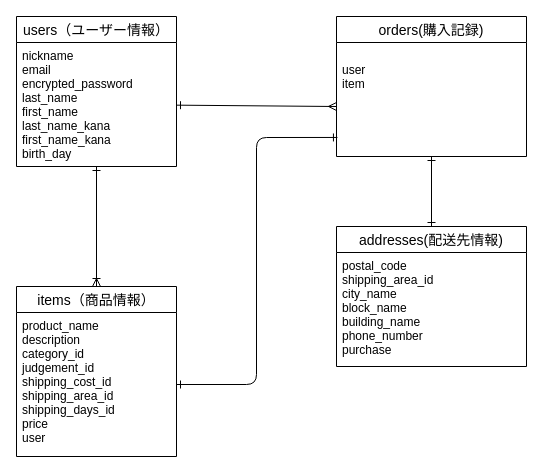
Above: furimaDB.dio in Taketai/furima-35685 (draw.io), before the change. Source tidied: cells renumbered, new cells numbered last; positions are measured from the earlier drawing's top-left corner, leaving out a move shared by most shapes. Both pictures are drawn from the tidied source at 100%, with x=0, y=0 at pixel (16, 16).
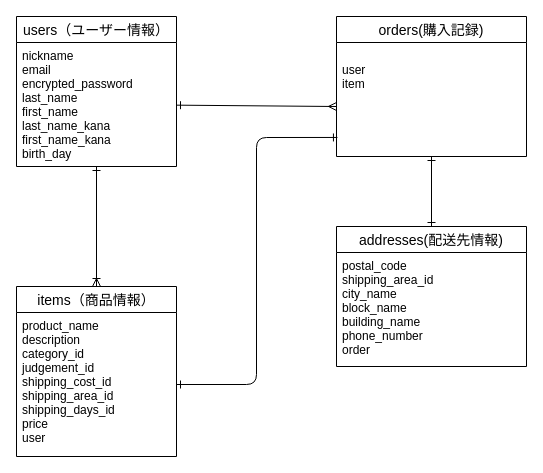
The same page after the edit.

Change to the diagram source:
```diff
@@
 <mxGraphModel>
   <root>
     <mxCell id="0" />
     <mxCell id="1" parent="0" />
     <mxCell id="2" value="users（ユーザー情報）" style="swimlane;fontStyle=0;horizontal=1;startSize=26;align=center;fontSize=14;" parent="1" vertex="1">
       <mxGeometry width="160" height="150" as="geometry" />
     </mxCell>
     <mxCell id="3" value="nickname&#10;email&#10;encrypted_password&#10;last_name&#10;first_name&#10;last_name_kana&#10;first_name_kana&#10;birth_day&#10;" style="text;strokeColor=none;fillColor=none;spacingLeft=4;spacingRight=4;overflow=hidden;points=[[0,0.5],[1,0.5]];portConstraint=eastwest;fontSize=12;" parent="2" vertex="1">
       <mxGeometry y="26" width="160" height="124" as="geometry" />
     </mxCell>
     <mxCell id="4" value="orders(購入記録)" style="swimlane;fontStyle=0;horizontal=1;startSize=26;align=center;fontSize=14;" parent="1" vertex="1">
       <mxGeometry x="320" width="190" height="140" as="geometry" />
     </mxCell>
     <mxCell id="5" value="&#10;user&#10;item" style="text;strokeColor=none;fillColor=none;spacingLeft=4;spacingRight=4;overflow=hidden;points=[[0,0.5],[1,0.5]];portConstraint=eastwest;fontSize=12;" parent="4" vertex="1">
       <mxGeometry y="26" width="190" height="114" as="geometry" />
     </mxCell>
     <mxCell id="6" value="items（商品情報）" style="swimlane;fontStyle=0;horizontal=1;startSize=26;align=center;fontSize=14;" parent="1" vertex="1">
       <mxGeometry y="270" width="160" height="170" as="geometry" />
     </mxCell>
     <mxCell id="7" value="product_name&#10;description&#10;category_id&#10;judgement_id&#10;shipping_cost_id&#10;shipping_area_id&#10;shipping_days_id&#10;price&#10;user" style="text;strokeColor=none;fillColor=none;spacingLeft=4;spacingRight=4;overflow=hidden;points=[[0,0.5],[1,0.5]];portConstraint=eastwest;fontSize=12;" parent="6" vertex="1">
       <mxGeometry y="26" width="160" height="144" as="geometry" />
     </mxCell>
     <mxCell id="8" style="fontSize=12;html=1;endArrow=ERoneToMany;entryX=0.5;entryY=0;entryDx=0;entryDy=0;startArrow=ERone;startFill=0;" parent="1" edge="1" source="3" target="6">
       <mxGeometry relative="1" as="geometry" />
     </mxCell>
     <mxCell id="9" style="fontSize=12;html=1;endArrow=ERmany;startArrow=ERone;startFill=0;endFill=0;" parent="1" edge="1" source="3">
       <mxGeometry relative="1" as="geometry">
         <mxPoint x="320" y="90" as="targetPoint" />
       </mxGeometry>
     </mxCell>
     <mxCell id="10" value="addresses(配送先情報)" style="swimlane;fontStyle=0;horizontal=1;startSize=26;align=center;fontSize=14;" parent="1" vertex="1">
       <mxGeometry x="320" y="210" width="190" height="140" as="geometry" />
     </mxCell>
-    <mxCell id="11" value="postal_code&#10;shipping_area_id &#10;city_name&#10;block_name&#10;building_name&#10;phone_number&#10;purchase" style="text;strokeColor=none;fillColor=none;spacingLeft=4;spacingRight=4;overflow=hidden;fontSize=12;" parent="10" vertex="1">
+    <mxCell id="11" value="postal_code&#10;shipping_area_id &#10;city_name&#10;block_name&#10;building_name&#10;phone_number&#10;order" style="text;strokeColor=none;fillColor=none;spacingLeft=4;spacingRight=4;overflow=hidden;fontSize=12;" parent="10" vertex="1">
       <mxGeometry y="26" width="190" height="114" as="geometry" />
     </mxCell>
     <mxCell id="12" style="fontSize=12;html=1;endArrow=ERone;endFill=1;startArrow=ERone;startFill=0;" parent="1" edge="1" source="10">
       <mxGeometry relative="1" as="geometry">
         <mxPoint x="415" y="140" as="targetPoint" />
       </mxGeometry>
     </mxCell>
     <mxCell id="13" style="fontSize=12;html=1;endArrow=ERone;startArrow=ERone;edgeStyle=orthogonalEdgeStyle;entryX=0.005;entryY=0.833;entryDx=0;entryDy=0;entryPerimeter=0;startFill=0;endFill=0;" parent="1" edge="1" source="7" target="5">
       <mxGeometry relative="1" as="geometry" />
     </mxCell>
   </root>
 </mxGraphModel>
```
